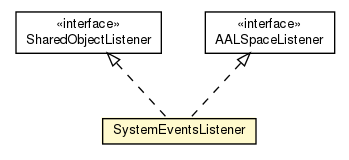
universAAL/context keeps this Graphviz diagram as ctxt.pom/apidocs/org/universAAL/context/sysinfo/SystemEventsListener.png. Above is the earlier version. Its source is kept beside it as ctxt.pom/apidocs/org/universAAL/context/sysinfo/SystemEventsListener.dot. The source it was exported from:
```dot

digraph G {
	edge [fontname="Helvetica",fontsize=10,labelfontname="Helvetica",labelfontsize=10];
	node [fontname="Helvetica",fontsize=10,shape=plaintext];
	nodesep=0.25;
	ranksep=0.5;
	c6402 [label=<<table title="org.universAAL.context.sysinfo.SystemEventsListener" border="0" cellborder="1" cellspacing="0" cellpadding="2" port="p" bgcolor="lemonChiffon" href="./SystemEventsListener.html">
		<tr><td><table border="0" cellspacing="0" cellpadding="1">
<tr><td align="center" balign="center"> SystemEventsListener </td></tr>
		</table></td></tr>
		</table>>, URL="./SystemEventsListener.html", fontname="Helvetica", fontcolor="black", fontsize=10.0];
	c6403:p -> c6402:p [dir=back,arrowtail=empty,style=dashed];
	c6404:p -> c6402:p [dir=back,arrowtail=empty,style=dashed];
	c6404 [label=<<table title="org.universAAL.middleware.managers.api.AALSpaceListener" border="0" cellborder="1" cellspacing="0" cellpadding="2" port="p" href="http://java.sun.com/j2se/1.4.2/docs/api/org/universAAL/middleware/managers/api/AALSpaceListener.html">
		<tr><td><table border="0" cellspacing="0" cellpadding="1">
<tr><td align="center" balign="center"> &#171;interface&#187; </td></tr>
<tr><td align="center" balign="center"> AALSpaceListener </td></tr>
		</table></td></tr>
		</table>>, URL="http://java.sun.com/j2se/1.4.2/docs/api/org/universAAL/middleware/managers/api/AALSpaceListener.html", fontname="Helvetica", fontcolor="black", fontsize=10.0];
	c6403 [label=<<table title="org.universAAL.middleware.container.SharedObjectListener" border="0" cellborder="1" cellspacing="0" cellpadding="2" port="p" href="http://java.sun.com/j2se/1.4.2/docs/api/org/universAAL/middleware/container/SharedObjectListener.html">
		<tr><td><table border="0" cellspacing="0" cellpadding="1">
<tr><td align="center" balign="center"> &#171;interface&#187; </td></tr>
<tr><td align="center" balign="center"> SharedObjectListener </td></tr>
		</table></td></tr>
		</table>>, URL="http://java.sun.com/j2se/1.4.2/docs/api/org/universAAL/middleware/container/SharedObjectListener.html", fontname="Helvetica", fontcolor="black", fontsize=10.0];
}
```
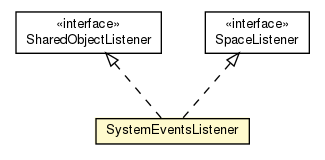
The same file after the commit.

What changed in the source:
```diff
@@ -11,16 +11,16 @@
 		</table>>, URL="./SystemEventsListener.html", fontname="Helvetica", fontcolor="black", fontsize=10.0];
 	c6403:p -> c6402:p [dir=back,arrowtail=empty,style=dashed];
 	c6404:p -> c6402:p [dir=back,arrowtail=empty,style=dashed];
-	c6404 [label=<<table title="org.universAAL.middleware.managers.api.AALSpaceListener" border="0" cellborder="1" cellspacing="0" cellpadding="2" port="p" href="http://java.sun.com/j2se/1.4.2/docs/api/org/universAAL/middleware/managers/api/AALSpaceListener.html">
-		<tr><td><table border="0" cellspacing="0" cellpadding="1">
-<tr><td align="center" balign="center"> &#171;interface&#187; </td></tr>
-<tr><td align="center" balign="center"> AALSpaceListener </td></tr>
-		</table></td></tr>
-		</table>>, URL="http://java.sun.com/j2se/1.4.2/docs/api/org/universAAL/middleware/managers/api/AALSpaceListener.html", fontname="Helvetica", fontcolor="black", fontsize=10.0];
 	c6403 [label=<<table title="org.universAAL.middleware.container.SharedObjectListener" border="0" cellborder="1" cellspacing="0" cellpadding="2" port="p" href="http://java.sun.com/j2se/1.4.2/docs/api/org/universAAL/middleware/container/SharedObjectListener.html">
 		<tr><td><table border="0" cellspacing="0" cellpadding="1">
 <tr><td align="center" balign="center"> &#171;interface&#187; </td></tr>
 <tr><td align="center" balign="center"> SharedObjectListener </td></tr>
 		</table></td></tr>
 		</table>>, URL="http://java.sun.com/j2se/1.4.2/docs/api/org/universAAL/middleware/container/SharedObjectListener.html", fontname="Helvetica", fontcolor="black", fontsize=10.0];
+	c6404 [label=<<table title="org.universAAL.middleware.managers.api.SpaceListener" border="0" cellborder="1" cellspacing="0" cellpadding="2" port="p" href="http://java.sun.com/j2se/1.4.2/docs/api/org/universAAL/middleware/managers/api/SpaceListener.html">
+		<tr><td><table border="0" cellspacing="0" cellpadding="1">
+<tr><td align="center" balign="center"> &#171;interface&#187; </td></tr>
+<tr><td align="center" balign="center"> SpaceListener </td></tr>
+		</table></td></tr>
+		</table>>, URL="http://java.sun.com/j2se/1.4.2/docs/api/org/universAAL/middleware/managers/api/SpaceListener.html", fontname="Helvetica", fontcolor="black", fontsize=10.0];
 }
```
